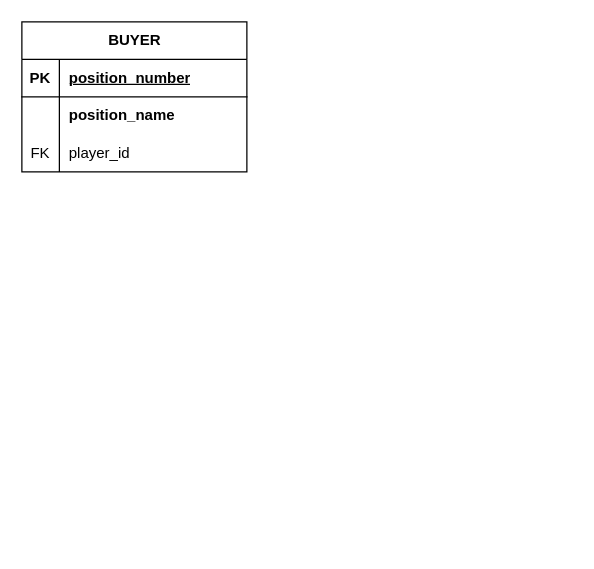
The draw.io diagram relational-database-design/DB1.drawio in qichendev/assignments, before the edit. Source tidied: cells renumbered, new cells numbered last; positions are measured from the earlier drawing's top-left corner, leaving out a move shared by most shapes. Both pictures are drawn from the tidied source at 125%, with x=0, y=0 at pixel (21, 21).
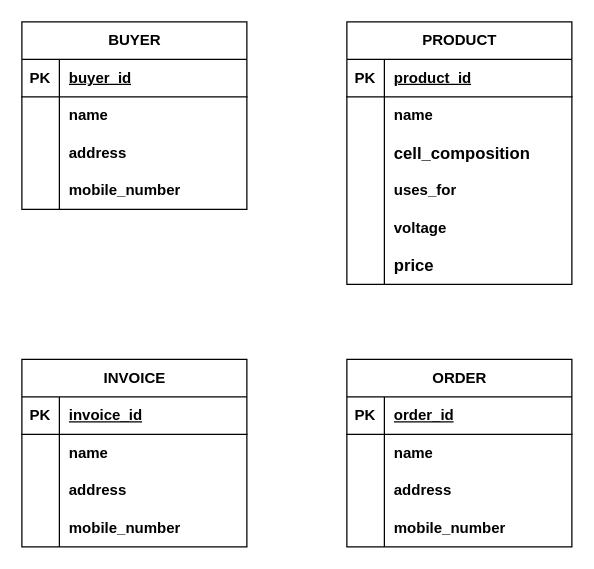
After the change.

The change refers to these unchanged cells:
```xml
<mxCell id="3" style="shape=tableRow;horizontal=0;startSize=0;swimlaneHead=0;swimlaneBody=0;fillColor=none;top=0;left=0;right=0;bottom=1;" parent="2" vertex="1">
  <mxGeometry y="30" width="180" height="30" as="geometry" />
</mxCell>
<mxCell id="6" style="shape=tableRow;horizontal=0;startSize=0;swimlaneHead=0;swimlaneBody=0;fillColor=none;top=0;left=0;right=0;bottom=0;" parent="2" vertex="1">
  <mxGeometry y="60" width="180" height="30" as="geometry" />
</mxCell>
<mxCell id="9" style="shape=tableRow;horizontal=0;startSize=0;swimlaneHead=0;swimlaneBody=0;fillColor=none;top=0;left=0;right=0;bottom=0;" parent="2" vertex="1">
  <mxGeometry y="90" width="180" height="30" as="geometry" />
</mxCell>
```

Diff of the diagram source:
```diff
@@
     <mxCell id="2" value="BUYER" style="shape=table;startSize=30;childLayout=tableLayout;rowLines=0;fontStyle=1;align=center;html=1;" parent="1" vertex="1">
-      <mxGeometry width="180" height="120" as="geometry" />
+      <mxGeometry width="180" height="150" as="geometry" />
     </mxCell>
@@
-    <mxCell id="5" value="position_number" style="shape=partialRectangle;fillColor=none;top=0;left=0;bottom=0;right=0;align=left;spacingLeft=6;fontStyle=5;overflow=hidden;whiteSpace=wrap;html=1;" parent="3" vertex="1">
+    <mxCell id="5" value="buyer_id" style="shape=partialRectangle;fillColor=none;top=0;left=0;bottom=0;right=0;align=left;spacingLeft=6;fontStyle=5;overflow=hidden;whiteSpace=wrap;html=1;" parent="3" vertex="1">
       <mxGeometry x="30" width="150" height="30" as="geometry" />
     </mxCell>
@@
-    <mxCell id="8" value="position_name" style="shape=partialRectangle;fillColor=none;top=0;left=0;bottom=0;right=0;align=left;spacingLeft=6;overflow=hidden;whiteSpace=wrap;html=1;fontStyle=1;" parent="6" vertex="1">
+    <mxCell id="8" value="name" style="shape=partialRectangle;fillColor=none;top=0;left=0;bottom=0;right=0;align=left;spacingLeft=6;overflow=hidden;whiteSpace=wrap;html=1;fontStyle=1;" parent="6" vertex="1">
       <mxGeometry x="30" width="150" height="30" as="geometry" />
     </mxCell>
@@
-    <mxCell id="10" value="FK" style="shape=partialRectangle;fillColor=none;top=0;left=0;bottom=0;right=0;overflow=hidden;whiteSpace=wrap;html=1;fontStyle=0;" parent="9" vertex="1">
+    <mxCell id="10" style="shape=partialRectangle;fillColor=none;top=0;left=0;bottom=0;right=0;overflow=hidden;whiteSpace=wrap;html=1;fontStyle=0;" parent="9" vertex="1">
       <mxGeometry width="30" height="30" as="geometry" />
     </mxCell>
-    <mxCell id="11" value="player_id" style="shape=partialRectangle;fillColor=none;top=0;left=0;bottom=0;right=0;align=left;spacingLeft=6;overflow=hidden;whiteSpace=wrap;html=1;fontStyle=0;" parent="9" vertex="1">
+    <mxCell id="11" value="address" style="shape=partialRectangle;fillColor=none;top=0;left=0;bottom=0;right=0;align=left;spacingLeft=6;overflow=hidden;whiteSpace=wrap;html=1;fontStyle=1;" parent="9" vertex="1">
       <mxGeometry x="30" width="150" height="30" as="geometry" />
     </mxCell>
+    <mxCell id="12" style="shape=tableRow;horizontal=0;startSize=0;swimlaneHead=0;swimlaneBody=0;fillColor=none;top=0;left=0;right=0;bottom=0;" parent="2" vertex="1">
+      <mxGeometry y="120" width="180" height="30" as="geometry" />
+    </mxCell>
+    <mxCell id="13" style="shape=partialRectangle;fillColor=none;top=0;left=0;bottom=0;right=0;overflow=hidden;whiteSpace=wrap;html=1;fontStyle=0;" parent="12" vertex="1">
+      <mxGeometry width="30" height="30" as="geometry" />
+    </mxCell>
+    <mxCell id="14" value="mobile_number" style="shape=partialRectangle;fillColor=none;top=0;left=0;bottom=0;right=0;align=left;spacingLeft=6;overflow=hidden;whiteSpace=wrap;html=1;fontStyle=1;" parent="12" vertex="1">
+      <mxGeometry x="30" width="150" height="30" as="geometry" />
+    </mxCell>
+    <mxCell id="15" value="PRODUCT" style="shape=table;startSize=30;childLayout=tableLayout;rowLines=0;fontStyle=1;align=center;html=1;" parent="1" vertex="1">
+      <mxGeometry x="260" width="180" height="210" as="geometry" />
+    </mxCell>
+    <mxCell id="16" style="shape=tableRow;horizontal=0;startSize=0;swimlaneHead=0;swimlaneBody=0;fillColor=none;top=0;left=0;right=0;bottom=1;" parent="15" vertex="1">
+      <mxGeometry y="30" width="180" height="30" as="geometry" />
+    </mxCell>
+    <mxCell id="17" value="PK" style="shape=partialRectangle;fillColor=none;top=0;left=0;bottom=0;right=0;fontStyle=1;overflow=hidden;whiteSpace=wrap;html=1;" parent="16" vertex="1">
+      <mxGeometry width="30" height="30" as="geometry" />
+    </mxCell>
+    <mxCell id="18" value="product_id" style="shape=partialRectangle;fillColor=none;top=0;left=0;bottom=0;right=0;align=left;spacingLeft=6;fontStyle=5;overflow=hidden;whiteSpace=wrap;html=1;" parent="16" vertex="1">
+      <mxGeometry x="30" width="150" height="30" as="geometry" />
+    </mxCell>
+    <mxCell id="19" style="shape=tableRow;horizontal=0;startSize=0;swimlaneHead=0;swimlaneBody=0;fillColor=none;top=0;left=0;right=0;bottom=0;" parent="15" vertex="1">
+      <mxGeometry y="60" width="180" height="30" as="geometry" />
+    </mxCell>
+    <mxCell id="20" style="shape=partialRectangle;fillColor=none;top=0;left=0;bottom=0;right=0;overflow=hidden;whiteSpace=wrap;html=1;fontStyle=1;" parent="19" vertex="1">
+      <mxGeometry width="30" height="30" as="geometry" />
+    </mxCell>
+    <mxCell id="21" value="name" style="shape=partialRectangle;fillColor=none;top=0;left=0;bottom=0;right=0;align=left;spacingLeft=6;overflow=hidden;whiteSpace=wrap;html=1;fontStyle=1;" parent="19" vertex="1">
+      <mxGeometry x="30" width="150" height="30" as="geometry" />
+    </mxCell>
+    <mxCell id="22" style="shape=tableRow;horizontal=0;startSize=0;swimlaneHead=0;swimlaneBody=0;fillColor=none;top=0;left=0;right=0;bottom=0;fontStyle=1;" parent="15" vertex="1">
+      <mxGeometry y="90" width="180" height="30" as="geometry" />
+    </mxCell>
+    <mxCell id="23" style="shape=partialRectangle;fillColor=none;top=0;left=0;bottom=0;right=0;overflow=hidden;whiteSpace=wrap;html=1;fontStyle=0;" parent="22" vertex="1">
+      <mxGeometry width="30" height="30" as="geometry" />
+    </mxCell>
+    <mxCell id="24" value="&lt;span style=&quot;font-size: 10pt; font-family: Arial;&quot;&gt;cell_composition&lt;/span&gt;" style="shape=partialRectangle;fillColor=none;top=0;left=0;bottom=0;right=0;align=left;spacingLeft=6;overflow=hidden;whiteSpace=wrap;html=1;fontStyle=1;" parent="22" vertex="1">
+      <mxGeometry x="30" width="150" height="30" as="geometry" />
+    </mxCell>
+    <mxCell id="25" style="shape=tableRow;horizontal=0;startSize=0;swimlaneHead=0;swimlaneBody=0;fillColor=none;top=0;left=0;right=0;bottom=0;" parent="15" vertex="1">
+      <mxGeometry y="120" width="180" height="30" as="geometry" />
+    </mxCell>
+    <mxCell id="26" style="shape=partialRectangle;fillColor=none;top=0;left=0;bottom=0;right=0;overflow=hidden;whiteSpace=wrap;html=1;fontStyle=0;" parent="25" vertex="1">
+      <mxGeometry width="30" height="30" as="geometry" />
+    </mxCell>
+    <mxCell id="27" value="uses_for" style="shape=partialRectangle;fillColor=none;top=0;left=0;bottom=0;right=0;align=left;spacingLeft=6;overflow=hidden;whiteSpace=wrap;html=1;fontStyle=1;" parent="25" vertex="1">
+      <mxGeometry x="30" width="150" height="30" as="geometry" />
+    </mxCell>
+    <mxCell id="28" style="shape=tableRow;horizontal=0;startSize=0;swimlaneHead=0;swimlaneBody=0;fillColor=none;top=0;left=0;right=0;bottom=0;" parent="15" vertex="1">
+      <mxGeometry y="150" width="180" height="30" as="geometry" />
+    </mxCell>
+    <mxCell id="29" style="shape=partialRectangle;fillColor=none;top=0;left=0;bottom=0;right=0;overflow=hidden;whiteSpace=wrap;html=1;fontStyle=0;" parent="28" vertex="1">
+      <mxGeometry width="30" height="30" as="geometry" />
+    </mxCell>
+    <mxCell id="30" value="voltage" style="shape=partialRectangle;fillColor=none;top=0;left=0;bottom=0;right=0;align=left;spacingLeft=6;overflow=hidden;whiteSpace=wrap;html=1;fontStyle=1;" parent="28" vertex="1">
+      <mxGeometry x="30" width="150" height="30" as="geometry" />
+    </mxCell>
+    <mxCell id="31" style="shape=tableRow;horizontal=0;startSize=0;swimlaneHead=0;swimlaneBody=0;fillColor=none;top=0;left=0;right=0;bottom=0;fontStyle=1;" parent="15" vertex="1">
+      <mxGeometry y="180" width="180" height="30" as="geometry" />
+    </mxCell>
+    <mxCell id="32" style="shape=partialRectangle;fillColor=none;top=0;left=0;bottom=0;right=0;overflow=hidden;whiteSpace=wrap;html=1;fontStyle=0;" parent="31" vertex="1">
+      <mxGeometry width="30" height="30" as="geometry" />
+    </mxCell>
+    <mxCell id="33" value="&lt;span style=&quot;font-size: 10pt; font-family: Arial;&quot;&gt;price&lt;/span&gt;" style="shape=partialRectangle;fillColor=none;top=0;left=0;bottom=0;right=0;align=left;spacingLeft=6;overflow=hidden;whiteSpace=wrap;html=1;fontStyle=1;" parent="31" vertex="1">
+      <mxGeometry x="30" width="150" height="30" as="geometry" />
+    </mxCell>
+    <mxCell id="34" value="INVOICE" style="shape=table;startSize=30;childLayout=tableLayout;rowLines=0;fontStyle=1;align=center;html=1;" parent="1" vertex="1">
+      <mxGeometry y="270" width="180" height="150" as="geometry" />
+    </mxCell>
+    <mxCell id="35" style="shape=tableRow;horizontal=0;startSize=0;swimlaneHead=0;swimlaneBody=0;fillColor=none;top=0;left=0;right=0;bottom=1;" parent="34" vertex="1">
+      <mxGeometry y="30" width="180" height="30" as="geometry" />
+    </mxCell>
+    <mxCell id="36" value="PK" style="shape=partialRectangle;fillColor=none;top=0;left=0;bottom=0;right=0;fontStyle=1;overflow=hidden;whiteSpace=wrap;html=1;" parent="35" vertex="1">
+      <mxGeometry width="30" height="30" as="geometry" />
+    </mxCell>
+    <mxCell id="37" value="invoice_id" style="shape=partialRectangle;fillColor=none;top=0;left=0;bottom=0;right=0;align=left;spacingLeft=6;fontStyle=5;overflow=hidden;whiteSpace=wrap;html=1;" parent="35" vertex="1">
+      <mxGeometry x="30" width="150" height="30" as="geometry" />
+    </mxCell>
+    <mxCell id="38" style="shape=tableRow;horizontal=0;startSize=0;swimlaneHead=0;swimlaneBody=0;fillColor=none;top=0;left=0;right=0;bottom=0;" parent="34" vertex="1">
+      <mxGeometry y="60" width="180" height="30" as="geometry" />
+    </mxCell>
+    <mxCell id="39" style="shape=partialRectangle;fillColor=none;top=0;left=0;bottom=0;right=0;overflow=hidden;whiteSpace=wrap;html=1;fontStyle=1;" parent="38" vertex="1">
+      <mxGeometry width="30" height="30" as="geometry" />
+    </mxCell>
+    <mxCell id="40" value="name" style="shape=partialRectangle;fillColor=none;top=0;left=0;bottom=0;right=0;align=left;spacingLeft=6;overflow=hidden;whiteSpace=wrap;html=1;fontStyle=1;" parent="38" vertex="1">
+      <mxGeometry x="30" width="150" height="30" as="geometry" />
+    </mxCell>
+    <mxCell id="41" style="shape=tableRow;horizontal=0;startSize=0;swimlaneHead=0;swimlaneBody=0;fillColor=none;top=0;left=0;right=0;bottom=0;" parent="34" vertex="1">
+      <mxGeometry y="90" width="180" height="30" as="geometry" />
+    </mxCell>
+    <mxCell id="42" style="shape=partialRectangle;fillColor=none;top=0;left=0;bottom=0;right=0;overflow=hidden;whiteSpace=wrap;html=1;fontStyle=0;" parent="41" vertex="1">
+      <mxGeometry width="30" height="30" as="geometry" />
+    </mxCell>
+    <mxCell id="43" value="address" style="shape=partialRectangle;fillColor=none;top=0;left=0;bottom=0;right=0;align=left;spacingLeft=6;overflow=hidden;whiteSpace=wrap;html=1;fontStyle=1;" parent="41" vertex="1">
+      <mxGeometry x="30" width="150" height="30" as="geometry" />
+    </mxCell>
+    <mxCell id="44" style="shape=tableRow;horizontal=0;startSize=0;swimlaneHead=0;swimlaneBody=0;fillColor=none;top=0;left=0;right=0;bottom=0;" parent="34" vertex="1">
+      <mxGeometry y="120" width="180" height="30" as="geometry" />
+    </mxCell>
+    <mxCell id="45" style="shape=partialRectangle;fillColor=none;top=0;left=0;bottom=0;right=0;overflow=hidden;whiteSpace=wrap;html=1;fontStyle=0;" parent="44" vertex="1">
+      <mxGeometry width="30" height="30" as="geometry" />
+    </mxCell>
+    <mxCell id="46" value="mobile_number" style="shape=partialRectangle;fillColor=none;top=0;left=0;bottom=0;right=0;align=left;spacingLeft=6;overflow=hidden;whiteSpace=wrap;html=1;fontStyle=1;" parent="44" vertex="1">
+      <mxGeometry x="30" width="150" height="30" as="geometry" />
+    </mxCell>
+    <mxCell id="47" value="ORDER" style="shape=table;startSize=30;childLayout=tableLayout;rowLines=0;fontStyle=1;align=center;html=1;" parent="1" vertex="1">
+      <mxGeometry x="260" y="270" width="180" height="150" as="geometry" />
+    </mxCell>
+    <mxCell id="48" style="shape=tableRow;horizontal=0;startSize=0;swimlaneHead=0;swimlaneBody=0;fillColor=none;top=0;left=0;right=0;bottom=1;" parent="47" vertex="1">
+      <mxGeometry y="30" width="180" height="30" as="geometry" />
+    </mxCell>
+    <mxCell id="49" value="PK" style="shape=partialRectangle;fillColor=none;top=0;left=0;bottom=0;right=0;fontStyle=1;overflow=hidden;whiteSpace=wrap;html=1;" parent="48" vertex="1">
+      <mxGeometry width="30" height="30" as="geometry" />
+    </mxCell>
+    <mxCell id="50" value="order_id" style="shape=partialRectangle;fillColor=none;top=0;left=0;bottom=0;right=0;align=left;spacingLeft=6;fontStyle=5;overflow=hidden;whiteSpace=wrap;html=1;" parent="48" vertex="1">
+      <mxGeometry x="30" width="150" height="30" as="geometry" />
+    </mxCell>
+    <mxCell id="51" style="shape=tableRow;horizontal=0;startSize=0;swimlaneHead=0;swimlaneBody=0;fillColor=none;top=0;left=0;right=0;bottom=0;" parent="47" vertex="1">
+      <mxGeometry y="60" width="180" height="30" as="geometry" />
+    </mxCell>
+    <mxCell id="52" style="shape=partialRectangle;fillColor=none;top=0;left=0;bottom=0;right=0;overflow=hidden;whiteSpace=wrap;html=1;fontStyle=1;" parent="51" vertex="1">
+      <mxGeometry width="30" height="30" as="geometry" />
+    </mxCell>
+    <mxCell id="53" value="name" style="shape=partialRectangle;fillColor=none;top=0;left=0;bottom=0;right=0;align=left;spacingLeft=6;overflow=hidden;whiteSpace=wrap;html=1;fontStyle=1;" parent="51" vertex="1">
+      <mxGeometry x="30" width="150" height="30" as="geometry" />
+    </mxCell>
+    <mxCell id="54" style="shape=tableRow;horizontal=0;startSize=0;swimlaneHead=0;swimlaneBody=0;fillColor=none;top=0;left=0;right=0;bottom=0;" parent="47" vertex="1">
+      <mxGeometry y="90" width="180" height="30" as="geometry" />
+    </mxCell>
+    <mxCell id="55" style="shape=partialRectangle;fillColor=none;top=0;left=0;bottom=0;right=0;overflow=hidden;whiteSpace=wrap;html=1;fontStyle=0;" parent="54" vertex="1">
+      <mxGeometry width="30" height="30" as="geometry" />
+    </mxCell>
+    <mxCell id="56" value="address" style="shape=partialRectangle;fillColor=none;top=0;left=0;bottom=0;right=0;align=left;spacingLeft=6;overflow=hidden;whiteSpace=wrap;html=1;fontStyle=1;" parent="54" vertex="1">
+      <mxGeometry x="30" width="150" height="30" as="geometry" />
+    </mxCell>
+    <mxCell id="57" style="shape=tableRow;horizontal=0;startSize=0;swimlaneHead=0;swimlaneBody=0;fillColor=none;top=0;left=0;right=0;bottom=0;" parent="47" vertex="1">
+      <mxGeometry y="120" width="180" height="30" as="geometry" />
+    </mxCell>
+    <mxCell id="58" style="shape=partialRectangle;fillColor=none;top=0;left=0;bottom=0;right=0;overflow=hidden;whiteSpace=wrap;html=1;fontStyle=0;" parent="57" vertex="1">
+      <mxGeometry width="30" height="30" as="geometry" />
+    </mxCell>
+    <mxCell id="59" value="mobile_number" style="shape=partialRectangle;fillColor=none;top=0;left=0;bottom=0;right=0;align=left;spacingLeft=6;overflow=hidden;whiteSpace=wrap;html=1;fontStyle=1;" parent="57" vertex="1">
+      <mxGeometry x="30" width="150" height="30" as="geometry" />
+    </mxCell>
```
